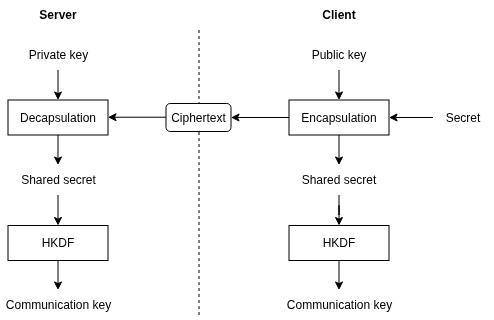
Earlier version of the draw.io export docs/img/01-communication.png (dylanramos/post-quantum-ransomware). Source tidied: cells renumbered, new cells last; positions are measured from the earlier drawing's top-left corner, leaving out a move shared by most shapes.
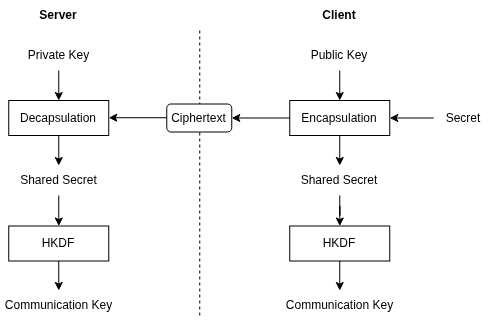
Above is the later version.

Diff of the diagram source:
```diff
@@ -26,7 +26,7 @@
     <mxCell id="8" style="edgeStyle=orthogonalEdgeStyle;rounded=0;jettySize=auto;html=1;exitX=0.5;exitY=1;exitDx=0;exitDy=0;entryX=0.5;entryY=0;entryDx=0;entryDy=0;" parent="1" edge="1" source="9" target="7">
       <mxGeometry relative="1" as="geometry" />
     </mxCell>
-    <mxCell id="9" value="Public key" style="text;html=1;whiteSpace=wrap;strokeColor=none;fillColor=none;align=center;verticalAlign=middle;rounded=0;" parent="1" vertex="1">
+    <mxCell id="9" value="Public Key" style="text;html=1;whiteSpace=wrap;strokeColor=none;fillColor=none;align=center;verticalAlign=middle;rounded=0;" parent="1" vertex="1">
       <mxGeometry x="309" y="40" width="60" height="30" as="geometry" />
     </mxCell>
     <mxCell id="10" style="edgeStyle=orthogonalEdgeStyle;rounded=0;jettySize=auto;html=1;exitX=0;exitY=0.5;exitDx=0;exitDy=0;entryX=1;entryY=0.5;entryDx=0;entryDy=0;" parent="1" edge="1" source="11" target="7">
@@ -53,19 +53,19 @@
     <mxCell id="16" style="edgeStyle=orthogonalEdgeStyle;rounded=0;jettySize=auto;html=1;exitX=0.5;exitY=1;exitDx=0;exitDy=0;entryX=0.5;entryY=0;entryDx=0;entryDy=0;" parent="1" edge="1" source="17" target="15">
       <mxGeometry relative="1" as="geometry" />
     </mxCell>
-    <mxCell id="17" value="Private key" style="text;html=1;whiteSpace=wrap;strokeColor=none;fillColor=none;align=center;verticalAlign=middle;rounded=0;" parent="1" vertex="1">
+    <mxCell id="17" value="Private Key" style="text;html=1;whiteSpace=wrap;strokeColor=none;fillColor=none;align=center;verticalAlign=middle;rounded=0;" parent="1" vertex="1">
       <mxGeometry x="22.5" y="40" width="71" height="30" as="geometry" />
     </mxCell>
     <mxCell id="18" style="edgeStyle=orthogonalEdgeStyle;rounded=0;jettySize=auto;html=1;exitX=0.5;exitY=1;exitDx=0;exitDy=0;" parent="1" edge="1" source="19" target="25">
       <mxGeometry relative="1" as="geometry" />
     </mxCell>
-    <mxCell id="19" value="Shared secret" style="text;html=1;whiteSpace=wrap;strokeColor=none;fillColor=none;align=center;verticalAlign=middle;rounded=0;" parent="1" vertex="1">
+    <mxCell id="19" value="Shared Secret" style="text;html=1;whiteSpace=wrap;strokeColor=none;fillColor=none;align=center;verticalAlign=middle;rounded=0;" parent="1" vertex="1">
       <mxGeometry x="299" y="165" width="80" height="30" as="geometry" />
     </mxCell>
     <mxCell id="20" style="edgeStyle=orthogonalEdgeStyle;rounded=0;jettySize=auto;html=1;exitX=0.5;exitY=1;exitDx=0;exitDy=0;entryX=0.5;entryY=0;entryDx=0;entryDy=0;" parent="1" edge="1" source="21" target="23">
       <mxGeometry relative="1" as="geometry" />
     </mxCell>
-    <mxCell id="21" value="Shared secret" style="text;html=1;whiteSpace=wrap;strokeColor=none;fillColor=none;align=center;verticalAlign=middle;rounded=0;" parent="1" vertex="1">
+    <mxCell id="21" value="Shared Secret" style="text;html=1;whiteSpace=wrap;strokeColor=none;fillColor=none;align=center;verticalAlign=middle;rounded=0;" parent="1" vertex="1">
       <mxGeometry x="17.5" y="165" width="81" height="30" as="geometry" />
     </mxCell>
     <mxCell id="22" style="edgeStyle=orthogonalEdgeStyle;rounded=0;jettySize=auto;html=1;exitX=0.5;exitY=1;exitDx=0;exitDy=0;entryX=0.5;entryY=0;entryDx=0;entryDy=0;" parent="1" edge="1" source="23" target="26">
@@ -80,10 +80,10 @@
     <mxCell id="25" value="HKDF" style="rounded=0;whiteSpace=wrap;html=1;fillColor=none;" parent="1" vertex="1">
       <mxGeometry x="289" y="225.5" width="100" height="35" as="geometry" />
     </mxCell>
-    <mxCell id="26" value="Communication key" style="text;html=1;whiteSpace=wrap;strokeColor=none;fillColor=none;align=center;verticalAlign=middle;rounded=0;" parent="1" vertex="1">
+    <mxCell id="26" value="Communication Key" style="text;html=1;whiteSpace=wrap;strokeColor=none;fillColor=none;align=center;verticalAlign=middle;rounded=0;" parent="1" vertex="1">
       <mxGeometry x="-0.2" y="290" width="116.5" height="30" as="geometry" />
     </mxCell>
-    <mxCell id="27" value="Communication key" style="text;html=1;whiteSpace=wrap;strokeColor=none;fillColor=none;align=center;verticalAlign=middle;rounded=0;" parent="1" vertex="1">
+    <mxCell id="27" value="Communication Key" style="text;html=1;whiteSpace=wrap;strokeColor=none;fillColor=none;align=center;verticalAlign=middle;rounded=0;" parent="1" vertex="1">
       <mxGeometry x="280.8" y="290" width="116.5" height="30" as="geometry" />
     </mxCell>
   </root>
```
